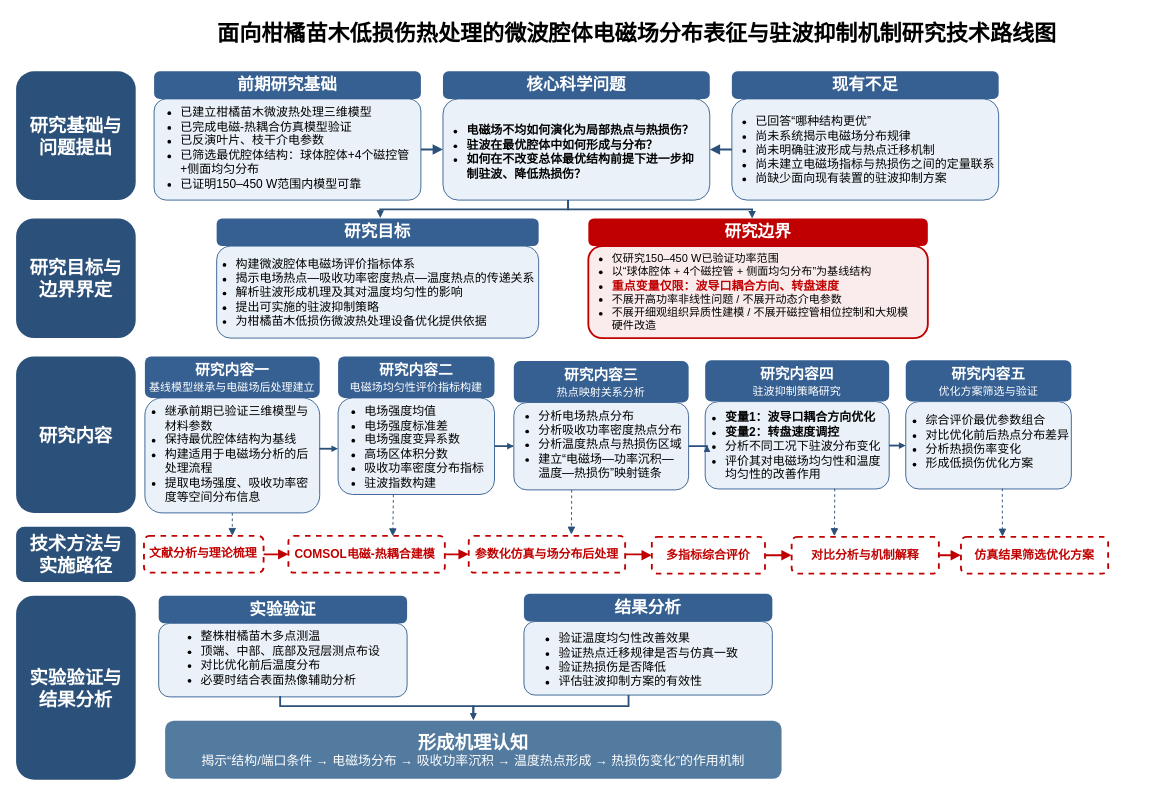
This is 20260311HLB技术路线图.drawio from handsome-tony/picture, a draw.io file, before an edit. Source tidied: cells renumbered, new cells numbered last; positions are measured from the earlier drawing's top-left corner, leaving out a move shared by most shapes. Both pictures are drawn from the tidied source at 92%, with x=0, y=0 at pixel (16, 16).
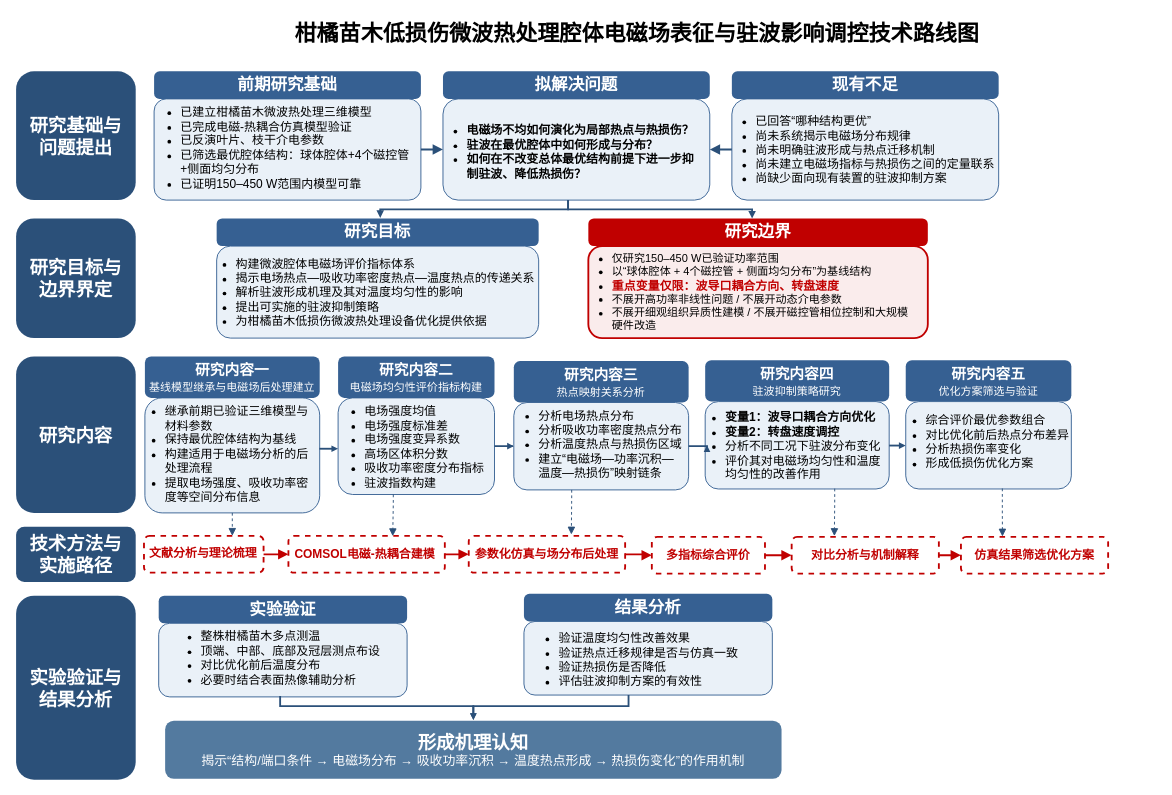
The same page after the edit.

Commit message (it also covers changes not shown here):
更新20260311HLB技术路线图.drawio

Change to the diagram source:
```diff
@@
-    <mxCell id="2" value="面向柑橘苗木低损伤热处理的微波腔体电磁场分布表征与驻波抑制机制研究技术路线图" style="text;html=1;strokeColor=none;fillColor=none;align=center;verticalAlign=middle;whiteSpace=wrap;rounded=0;fontSize=24;fontStyle=1;fontFamily=SimHei, sans-serif;" parent="1" vertex="1">
+    <mxCell id="2" value="柑橘苗木低损伤微波热处理腔体电磁场表征与驻波影响调控技术路线图" style="text;html=1;strokeColor=none;fillColor=none;align=center;verticalAlign=middle;whiteSpace=wrap;rounded=0;fontSize=24;fontStyle=1;fontFamily=SimHei, sans-serif;" parent="1" vertex="1">
       <mxGeometry x="110" width="1130" height="40" as="geometry" />
     </mxCell>
@@
-    <mxCell id="10" value="&lt;font style=&quot;font-size: 18px;&quot;&gt;核心科学问题&lt;/font&gt;" style="rounded=1;whiteSpace=wrap;html=1;fillColor=#366092;strokeColor=none;fontColor=#ffffff;fontSize=14;fontStyle=1;align=center;arcSize=20;" parent="1" vertex="1">
+    <mxCell id="10" value="&lt;font style=&quot;font-size: 18px;&quot;&gt;拟解决问题&lt;/font&gt;" style="rounded=1;whiteSpace=wrap;html=1;fillColor=#366092;strokeColor=none;fontColor=#ffffff;fontSize=14;fontStyle=1;align=center;arcSize=20;" parent="1" vertex="1">
       <mxGeometry x="464" y="60" width="290" height="30" as="geometry" />
     </mxCell>
```
